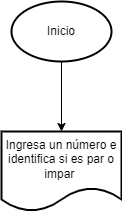
Above: Diagrama sin título.drawio.png in revertd/class-projects (draw.io), before the change. Source tidied: cells renumbered, new cells last; positions are measured from the earlier drawing's top-left corner, leaving out a move shared by most shapes.
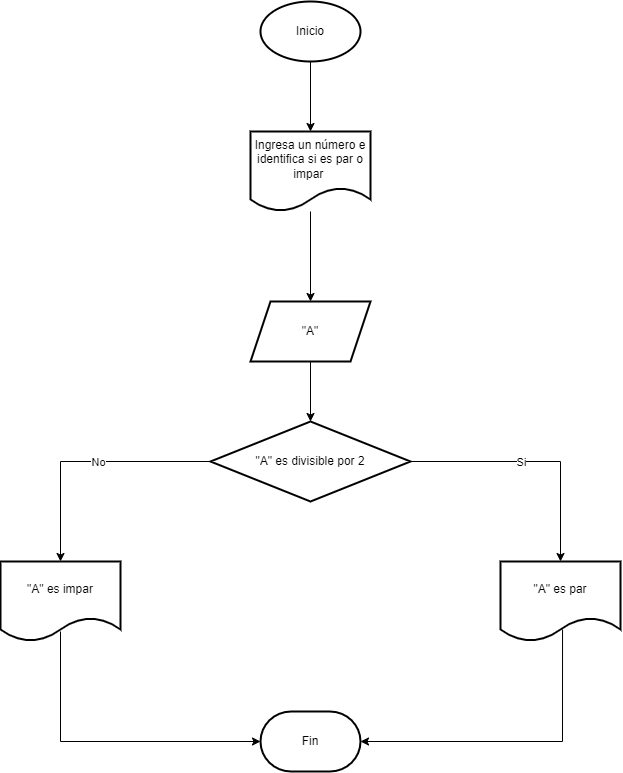
Later version of the same file.

Diff of the diagram source:
```diff
@@ -8,8 +8,57 @@
     <mxCell id="3" value="Inicio" style="strokeWidth=2;html=1;shape=mxgraph.flowchart.start_1;whiteSpace=wrap;" parent="1" vertex="1">
       <mxGeometry x="10" width="100" height="60" as="geometry" />
     </mxCell>
+    <mxCell id="5" style="edgeStyle=orthogonalEdgeStyle;rounded=0;jettySize=auto;html=1;" parent="1" edge="1" source="4" target="7">
+      <mxGeometry relative="1" as="geometry" />
+    </mxCell>
     <mxCell id="4" value="Ingresa un número e identifica si es par o impar&amp;nbsp;" style="shape=document;whiteSpace=wrap;html=1;boundedLbl=1;strokeWidth=2;" parent="1" vertex="1">
       <mxGeometry y="130" width="120" height="80" as="geometry" />
     </mxCell>
+    <mxCell id="6" style="edgeStyle=orthogonalEdgeStyle;rounded=0;jettySize=auto;html=1;" parent="1" edge="1" source="7" target="12">
+      <mxGeometry relative="1" as="geometry" />
+    </mxCell>
+    <mxCell id="7" value="&quot;A&quot;" style="shape=parallelogram;perimeter=parallelogramPerimeter;whiteSpace=wrap;html=1;fixedSize=1;strokeWidth=2;" parent="1" vertex="1">
+      <mxGeometry y="300" width="120" height="60" as="geometry" />
+    </mxCell>
+    <mxCell id="8" style="edgeStyle=orthogonalEdgeStyle;rounded=0;jettySize=auto;html=1;" parent="1" edge="1" source="12" target="14">
+      <mxGeometry relative="1" as="geometry" />
+    </mxCell>
+    <mxCell id="9" value="Si" style="edgeLabel;html=1;align=center;verticalAlign=middle;" parent="8" vertex="1">
+      <mxGeometry x="0.02" y="-3" relative="1" as="geometry">
+        <mxPoint x="-17" y="-3" as="offset" />
+      </mxGeometry>
+    </mxCell>
+    <mxCell id="10" style="edgeStyle=orthogonalEdgeStyle;rounded=0;jettySize=auto;html=1;" parent="1" edge="1" source="12" target="16">
+      <mxGeometry relative="1" as="geometry" />
+    </mxCell>
+    <mxCell id="11" value="No" style="edgeLabel;html=1;align=center;verticalAlign=middle;" parent="10" vertex="1">
+      <mxGeometry x="-0.1" relative="1" as="geometry" />
+    </mxCell>
+    <mxCell id="12" value="&quot;A&quot; es divisible por 2" style="rhombus;whiteSpace=wrap;html=1;strokeWidth=2;" parent="1" vertex="1">
+      <mxGeometry x="-40" y="420" width="200" height="80" as="geometry" />
+    </mxCell>
+    <mxCell id="13" style="edgeStyle=orthogonalEdgeStyle;rounded=0;jettySize=auto;html=1;entryX=1;entryY=0.5;entryDx=0;entryDy=0;entryPerimeter=0;exitX=0.517;exitY=0.85;exitDx=0;exitDy=0;exitPerimeter=0;" parent="1" edge="1" source="14" target="17">
+      <mxGeometry relative="1" as="geometry">
+        <Array as="points">
+          <mxPoint x="312" y="740" />
+        </Array>
+      </mxGeometry>
+    </mxCell>
+    <mxCell id="14" value="&quot;A&quot; es par" style="shape=document;whiteSpace=wrap;html=1;boundedLbl=1;strokeWidth=2;" parent="1" vertex="1">
+      <mxGeometry x="250" y="560" width="120" height="80" as="geometry" />
+    </mxCell>
+    <mxCell id="15" style="edgeStyle=orthogonalEdgeStyle;rounded=0;jettySize=auto;html=1;entryX=0;entryY=0.5;entryDx=0;entryDy=0;entryPerimeter=0;exitX=0.5;exitY=0.875;exitDx=0;exitDy=0;exitPerimeter=0;" parent="1" edge="1" source="16" target="17">
+      <mxGeometry relative="1" as="geometry">
+        <Array as="points">
+          <mxPoint x="-190" y="740" />
+        </Array>
+      </mxGeometry>
+    </mxCell>
+    <mxCell id="16" value="&quot;A&quot; es impar" style="shape=document;whiteSpace=wrap;html=1;boundedLbl=1;strokeWidth=2;" parent="1" vertex="1">
+      <mxGeometry x="-250" y="560" width="120" height="80" as="geometry" />
+    </mxCell>
+    <mxCell id="17" value="Fin" style="strokeWidth=2;html=1;shape=mxgraph.flowchart.terminator;whiteSpace=wrap;" parent="1" vertex="1">
+      <mxGeometry x="10" y="710" width="100" height="60" as="geometry" />
+    </mxCell>
   </root>
 </mxGraphModel>
```
